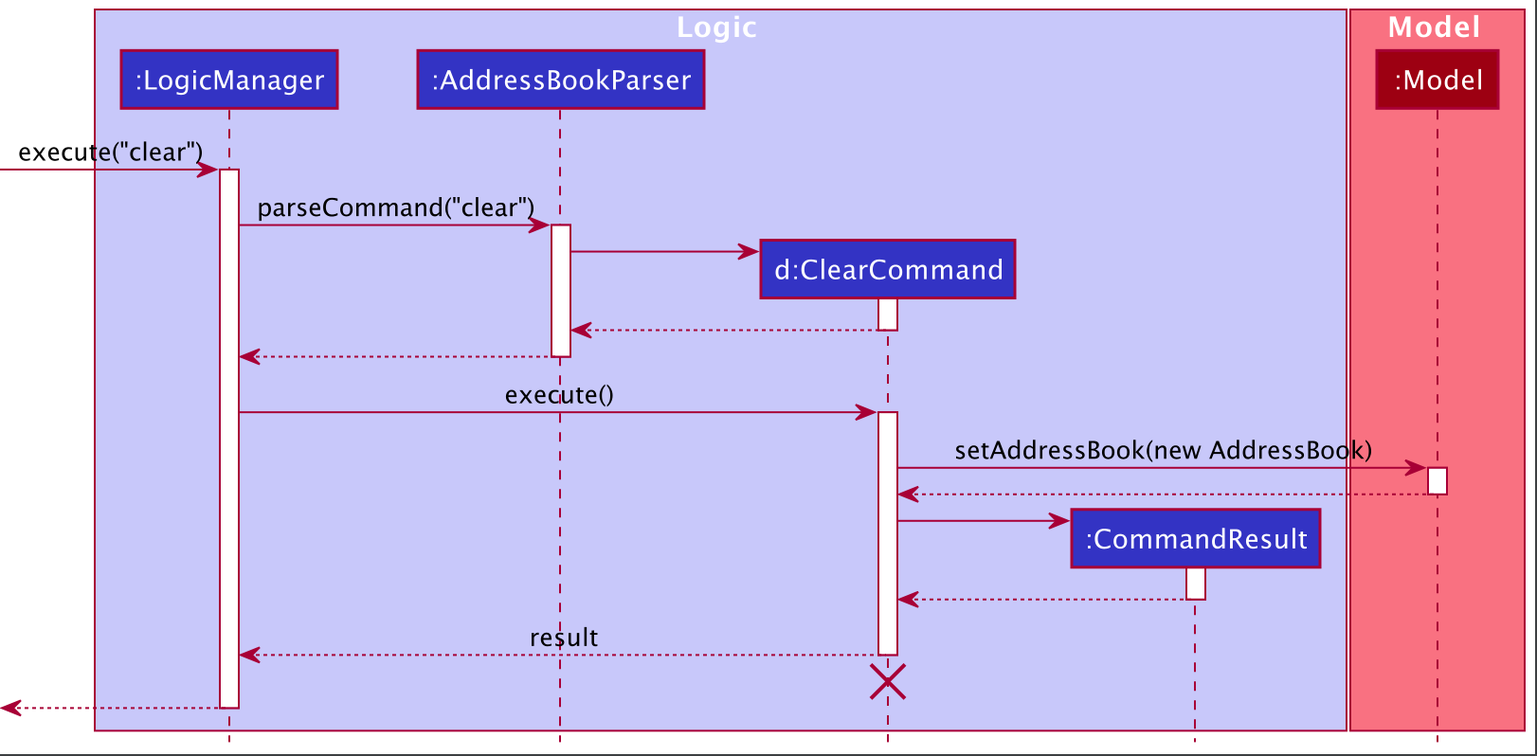
nus-cs2103-AY2122S2/tp keeps this PlantUML diagram as docs/images/ClearSequenceDiagram.png. Above is the earlier version. Its source is kept beside it as docs/diagrams/ClearSequenceDiagram.puml.
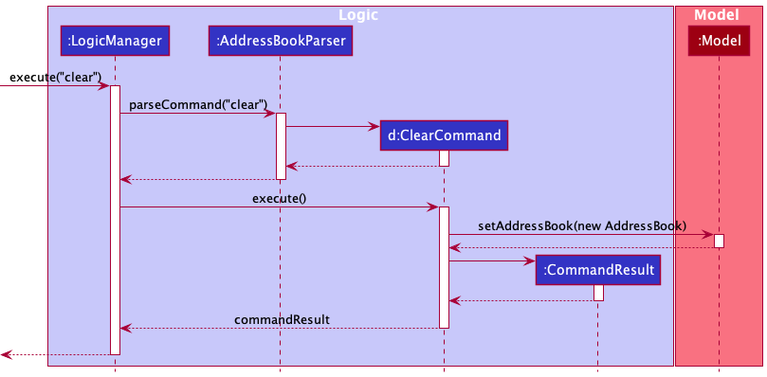
The same file after the commit.

Commit message:
Add class diagram for clear feature and edit add feature for DG

The edit, as a diff of the source:
```diff
@@ -44,11 +44,11 @@
 CommandResult --> ClearCommand
 deactivate CommandResult
 
-ClearCommand --> LogicManager : result
+ClearCommand --> LogicManager : commandResult
 deactivate ClearCommand
 
 ClearCommand -[hidden]-> AddressBookParser
-destroy ClearCommand
+deactivate ClearCommand
 
 [<--LogicManager
 deactivate LogicManager
```
